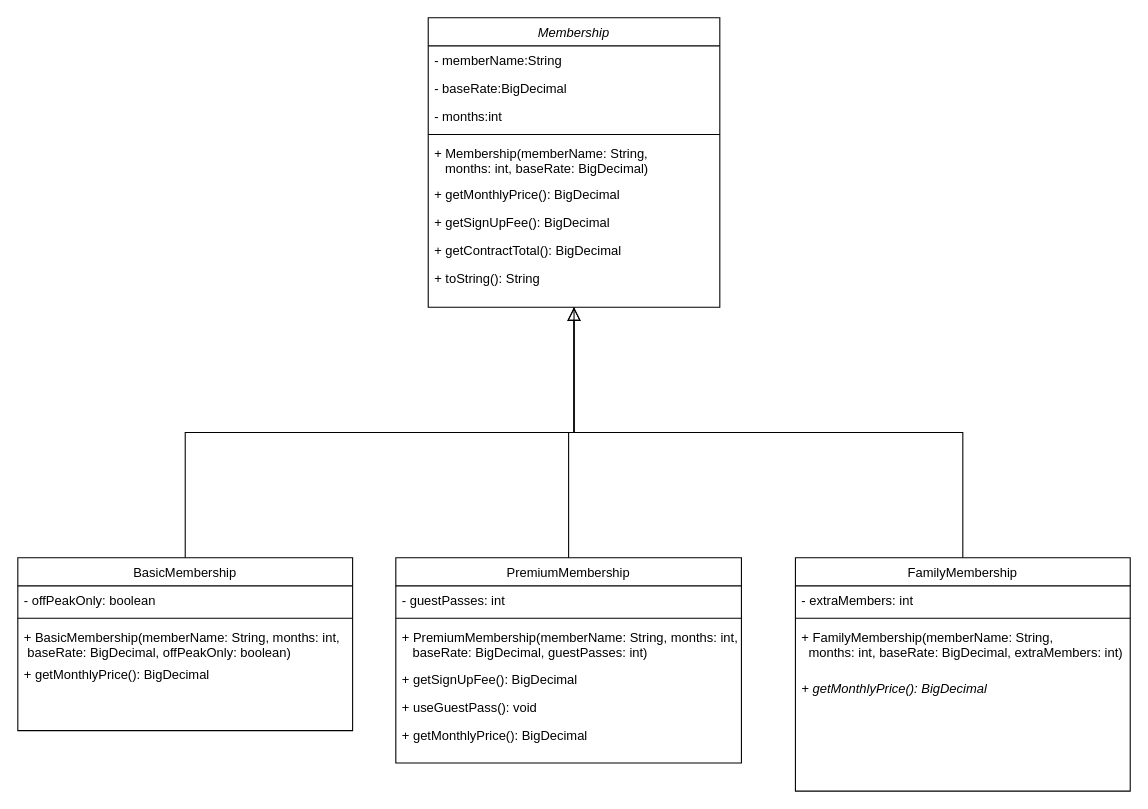
The draw.io diagram class-diagram.drawio in NatiM2025/gym-membership, before the edit. Source tidied: cells renumbered, new cells numbered last; positions are measured from the earlier drawing's top-left corner, leaving out a move shared by most shapes. Both pictures are drawn from the tidied source at 108%, with x=0, y=0 at pixel (17, 17).
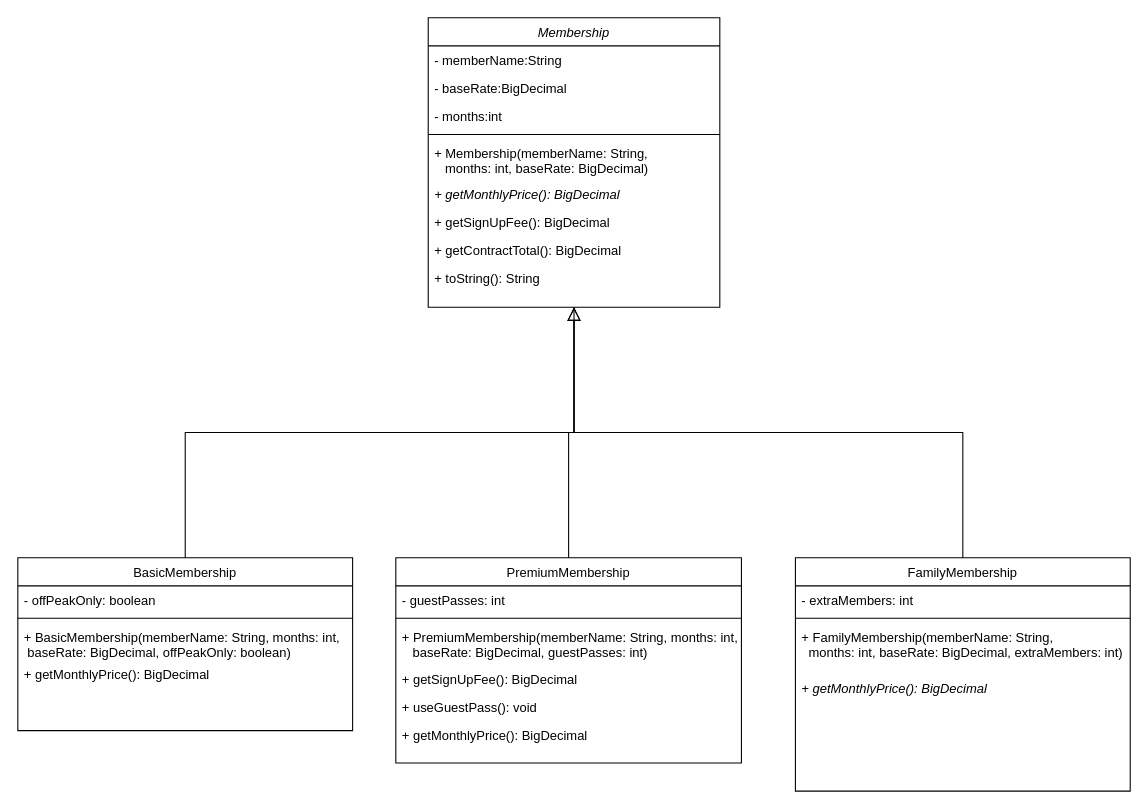
Above is the later version.

Unchanged cells that the change refers to:
```xml
<mxCell id="2" value="Membership" style="swimlane;fontStyle=2;align=center;verticalAlign=top;horizontal=1;startSize=26;rounded=0;shadow=0;strokeWidth=1;" parent="1" vertex="1">
  <mxGeometry x="380" width="270" height="268" as="geometry" />
</mxCell>
```

The edit, as a diff of the source:
```diff
@@
-    <mxCell id="8" value="+ getMonthlyPrice(): BigDecimal " style="text;align=left;verticalAlign=top;spacingLeft=4;spacingRight=4;overflow=hidden;" parent="2" vertex="1">
+    <mxCell id="8" value="+ getMonthlyPrice(): BigDecimal " style="text;align=left;verticalAlign=top;spacingLeft=4;spacingRight=4;overflow=hidden;fontStyle=2;" parent="2" vertex="1">
       <mxGeometry y="150" width="270" height="26" as="geometry" />
     </mxCell>
```
